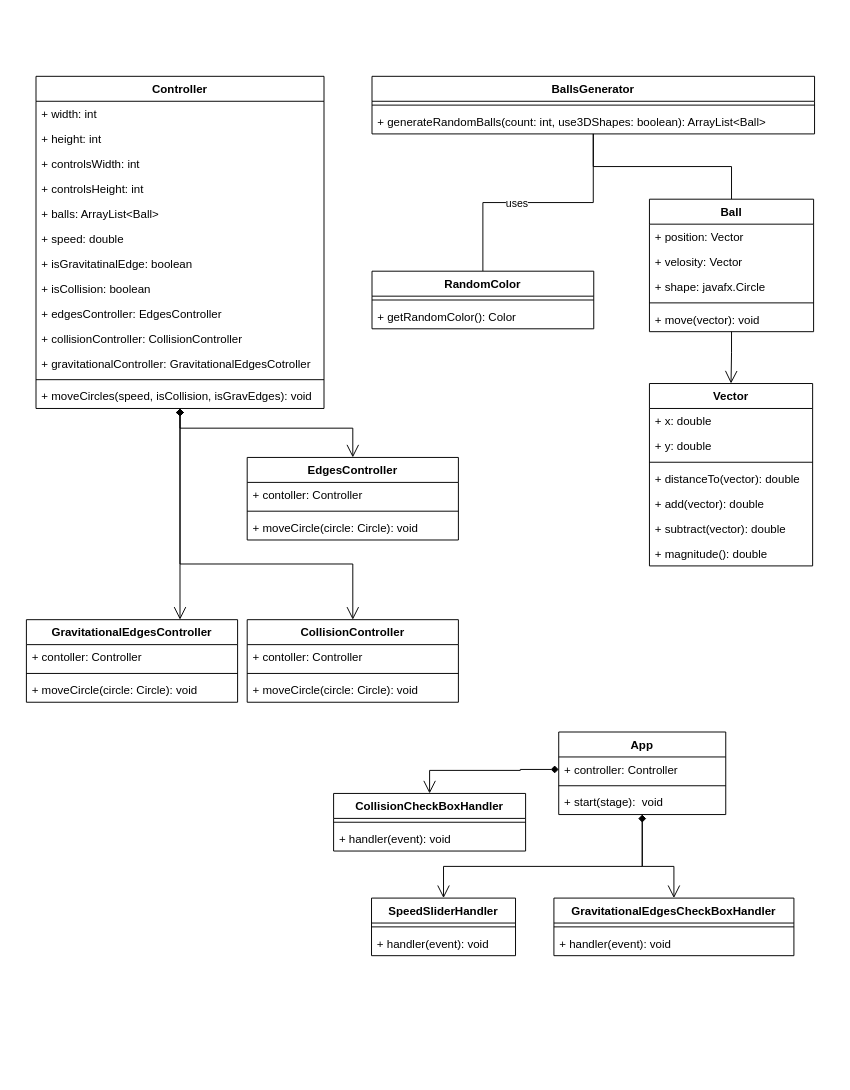
The draw.io diagram bouncing-balls-class-uml.drawio in MuhammadSawalhy/bouncing-balls-javafx, before the edit. Source tidied: cells renumbered, new cells numbered last; positions are measured from the earlier drawing's top-left corner, leaving out a move shared by most shapes. Both pictures are drawn from the tidied source at 96%, with x=0, y=0 at pixel (26, 76).
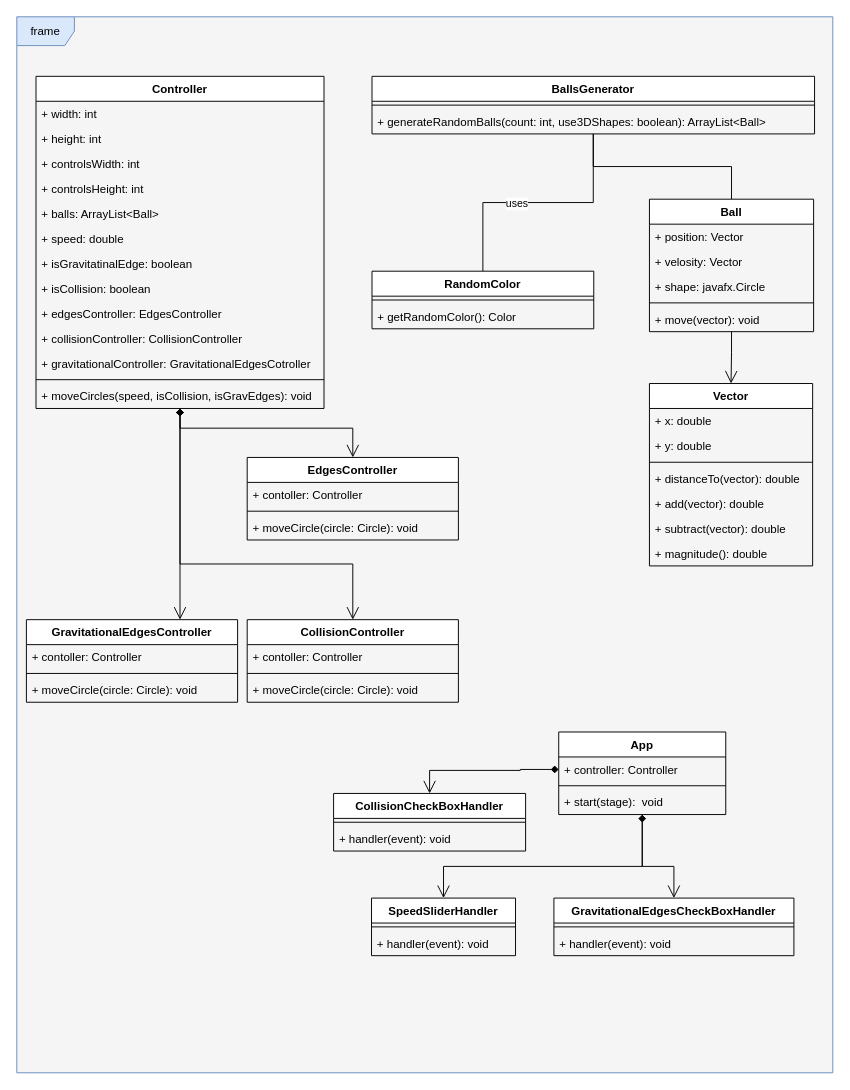
The same page after the edit.

Commit message (it also covers changes not shown here):
Add background to the class uml svg file

The edit, as a diff of the source:
```diff
@@
+    <mxCell id="71" value="frame" style="shape=umlFrame;whiteSpace=wrap;html=1;fillColor=#dae8fc;strokeColor=#6c8ebf;gradientColor=none;swimlaneFillColor=#F5F5F5;" parent="1" vertex="1">
+      <mxGeometry x="-10" y="-62" width="850" height="1100" as="geometry" />
+    </mxCell>
```
